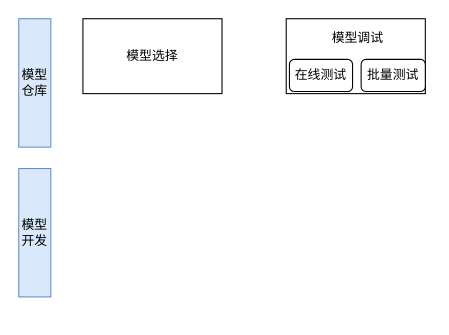
Before: page "模型迭代训练" (1 of 3) of MLops流程架构.drawio in paleblackless/diagrams, a draw.io diagram. Source tidied: cells renumbered, new cells numbered last; positions are measured from the earlier drawing's top-left corner, leaving out a move shared by most shapes. Both pictures are drawn from the tidied source at 107%, with x=0, y=0 at pixel (18, 18).
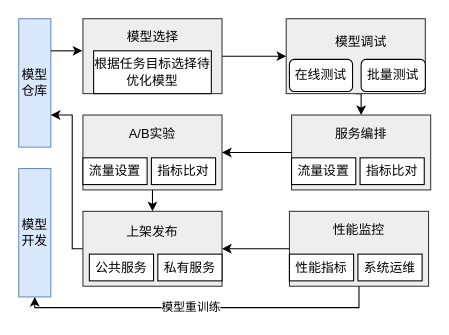
Above is the later version.

Commit message:
更新MLops流程架构.drawio

Unchanged cells that the change refers to:
```xml
<mxCell id="2" value="模型仓库" style="rounded=0;whiteSpace=wrap;html=1;fillColor=#dae8fc;strokeColor=#6c8ebf;" parent="1" vertex="1">
  <mxGeometry width="30" height="120" as="geometry" />
</mxCell>
<mxCell id="3" value="模型开发" style="rounded=0;whiteSpace=wrap;html=1;fillColor=#dae8fc;strokeColor=#6c8ebf;" parent="1" vertex="1">
  <mxGeometry y="140" width="30" height="120" as="geometry" />
</mxCell>
```

Diff of the diagram source:
```diff
@@
+    <mxCell id="9" style="edgeStyle=orthogonalEdgeStyle;rounded=0;jettySize=auto;html=1;exitX=1;exitY=0.5;exitDx=0;exitDy=0;entryX=0;entryY=0.5;entryDx=0;entryDy=0;" parent="1" edge="1" source="4" target="5">
+      <mxGeometry relative="1" as="geometry" />
+    </mxCell>
-    <mxCell id="4" value="模型选择" style="rounded=0;whiteSpace=wrap;html=1;" parent="1" vertex="1">
+    <mxCell id="4" style="rounded=0;whiteSpace=wrap;html=1;fillColor=#eeeeee;strokeColor=#36393d;" parent="1" vertex="1">
       <mxGeometry x="60" width="130" height="70" as="geometry" />
     </mxCell>
+    <mxCell id="10" style="edgeStyle=orthogonalEdgeStyle;rounded=0;jettySize=auto;html=1;exitX=0.5;exitY=1;exitDx=0;exitDy=0;entryX=0.5;entryY=0;entryDx=0;entryDy=0;" parent="1" edge="1" source="5" target="24">
+      <mxGeometry relative="1" as="geometry" />
+    </mxCell>
-    <mxCell id="5" style="rounded=0;whiteSpace=wrap;html=1;" parent="1" vertex="1">
+    <mxCell id="5" style="rounded=0;whiteSpace=wrap;html=1;fillColor=#eeeeee;strokeColor=#36393d;" parent="1" vertex="1">
       <mxGeometry x="250" width="130" height="70" as="geometry" />
     </mxCell>
@@
-    <mxCell id="7" value="模型调试" style="rounded=1;whiteSpace=wrap;html=1;strokeColor=none;" parent="1" vertex="1">
-      <mxGeometry x="287" y="3" width="60" height="30" as="geometry" />
+    <mxCell id="7" value="模型调试" style="rounded=1;whiteSpace=wrap;html=1;strokeColor=none;fillColor=none;" parent="1" vertex="1">
+      <mxGeometry x="290" y="7" width="60" height="30" as="geometry" />
     </mxCell>
@@
+    <mxCell id="11" value="根据任务目标选择待优化模型" style="rounded=0;whiteSpace=wrap;html=1;" parent="1" vertex="1">
+      <mxGeometry x="70" y="30" width="110" height="40" as="geometry" />
+    </mxCell>
+    <mxCell id="12" value="模型选择" style="text;html=1;strokeColor=none;fillColor=none;align=center;verticalAlign=middle;whiteSpace=wrap;rounded=0;" parent="1" vertex="1">
+      <mxGeometry x="97.5" y="7" width="55" height="20" as="geometry" />
+    </mxCell>
+    <mxCell id="13" style="edgeStyle=orthogonalEdgeStyle;rounded=0;jettySize=auto;html=1;exitX=0;exitY=0.5;exitDx=0;exitDy=0;entryX=1;entryY=0.75;entryDx=0;entryDy=0;" parent="1" edge="1" source="14" target="2">
+      <mxGeometry relative="1" as="geometry">
+        <Array as="points">
+          <mxPoint x="50" y="215" />
+          <mxPoint x="50" y="90" />
+        </Array>
+      </mxGeometry>
+    </mxCell>
+    <mxCell id="14" style="rounded=0;whiteSpace=wrap;html=1;fillColor=#eeeeee;strokeColor=#36393d;" parent="1" vertex="1">
+      <mxGeometry x="60" y="180" width="130" height="70" as="geometry" />
+    </mxCell>
+    <mxCell id="15" value="上架发布" style="rounded=0;whiteSpace=wrap;html=1;fillColor=none;strokeColor=none;" parent="1" vertex="1">
+      <mxGeometry x="95" y="187.5" width="60" height="25" as="geometry" />
+    </mxCell>
+    <mxCell id="16" value="私有服务" style="rounded=0;whiteSpace=wrap;html=1;fillColor=default;strokeColor=default;" parent="1" vertex="1">
+      <mxGeometry x="130" y="220" width="60" height="25" as="geometry" />
+    </mxCell>
+    <mxCell id="17" value="公共服务" style="rounded=0;whiteSpace=wrap;html=1;fillColor=default;strokeColor=default;" parent="1" vertex="1">
+      <mxGeometry x="66" y="220" width="60" height="25" as="geometry" />
+    </mxCell>
+    <mxCell id="18" style="group;" parent="1" vertex="1">
+      <mxGeometry x="60" y="90" width="130" height="70" as="geometry" />
+    </mxCell>
+    <mxCell id="19" style="rounded=0;whiteSpace=wrap;html=1;fillColor=#eeeeee;strokeColor=#36393d;" parent="18" vertex="1">
+      <mxGeometry width="130" height="70" as="geometry" />
+    </mxCell>
+    <mxCell id="20" value="指标比对" style="rounded=0;whiteSpace=wrap;html=1;fillColor=default;strokeColor=default;" parent="18" vertex="1">
+      <mxGeometry x="64" y="40" width="60" height="25" as="geometry" />
+    </mxCell>
+    <mxCell id="21" value="流量设置" style="rounded=0;whiteSpace=wrap;html=1;fillColor=default;strokeColor=default;" parent="18" vertex="1">
+      <mxGeometry y="40" width="60" height="25" as="geometry" />
+    </mxCell>
+    <mxCell id="22" value="A/B实验" style="rounded=0;whiteSpace=wrap;html=1;fillColor=none;strokeColor=none;" parent="18" vertex="1">
+      <mxGeometry x="35" y="5" width="60" height="25" as="geometry" />
+    </mxCell>
+    <mxCell id="23" style="group;" parent="1" vertex="1">
+      <mxGeometry x="255" y="90" width="130" height="70" as="geometry" />
+    </mxCell>
+    <mxCell id="24" style="rounded=0;whiteSpace=wrap;html=1;fillColor=#eeeeee;strokeColor=#36393d;" parent="23" vertex="1">
+      <mxGeometry width="130" height="70" as="geometry" />
+    </mxCell>
+    <mxCell id="25" value="指标比对" style="rounded=0;whiteSpace=wrap;html=1;fillColor=default;strokeColor=default;" parent="23" vertex="1">
+      <mxGeometry x="64" y="40" width="60" height="25" as="geometry" />
+    </mxCell>
+    <mxCell id="26" value="流量设置" style="rounded=0;whiteSpace=wrap;html=1;fillColor=default;strokeColor=default;" parent="23" vertex="1">
+      <mxGeometry y="40" width="60" height="25" as="geometry" />
+    </mxCell>
+    <mxCell id="27" value="服务编排" style="rounded=0;whiteSpace=wrap;html=1;fillColor=none;strokeColor=none;" parent="23" vertex="1">
+      <mxGeometry x="35" y="5" width="60" height="25" as="geometry" />
+    </mxCell>
+    <mxCell id="28" style="group;" parent="1" vertex="1">
+      <mxGeometry x="253" y="180" width="130" height="70" as="geometry" />
+    </mxCell>
+    <mxCell id="29" style="rounded=0;whiteSpace=wrap;html=1;fillColor=#eeeeee;strokeColor=#36393d;" parent="28" vertex="1">
+      <mxGeometry width="130" height="70" as="geometry" />
+    </mxCell>
+    <mxCell id="30" value="系统运维" style="rounded=0;whiteSpace=wrap;html=1;fillColor=default;strokeColor=default;" parent="28" vertex="1">
+      <mxGeometry x="64" y="40" width="60" height="25" as="geometry" />
+    </mxCell>
+    <mxCell id="31" value="性能指标" style="rounded=0;whiteSpace=wrap;html=1;fillColor=default;strokeColor=default;" parent="28" vertex="1">
+      <mxGeometry y="40" width="60" height="25" as="geometry" />
+    </mxCell>
+    <mxCell id="32" value="性能监控" style="rounded=0;whiteSpace=wrap;html=1;fillColor=none;strokeColor=none;" parent="28" vertex="1">
+      <mxGeometry x="35" y="5" width="60" height="25" as="geometry" />
+    </mxCell>
+    <mxCell id="33" style="edgeStyle=orthogonalEdgeStyle;rounded=0;jettySize=auto;html=1;exitX=0.5;exitY=1;exitDx=0;exitDy=0;entryX=0.5;entryY=1;entryDx=0;entryDy=0;" parent="1" edge="1" source="29" target="3">
+      <mxGeometry relative="1" as="geometry" />
+    </mxCell>
+    <mxCell id="34" value="模型重训练" style="edgeLabel;html=1;align=center;verticalAlign=middle;" parent="33" vertex="1">
+      <mxGeometry x="-0.12" y="-1" relative="1" as="geometry">
+        <mxPoint x="-31" as="offset" />
+      </mxGeometry>
+    </mxCell>
+    <mxCell id="35" style="edgeStyle=orthogonalEdgeStyle;rounded=0;jettySize=auto;html=1;exitX=0.5;exitY=1;exitDx=0;exitDy=0;entryX=0.5;entryY=0;entryDx=0;entryDy=0;" parent="1" edge="1" source="19" target="14">
+      <mxGeometry relative="1" as="geometry" />
+    </mxCell>
+    <mxCell id="36" style="edgeStyle=orthogonalEdgeStyle;rounded=0;jettySize=auto;html=1;exitX=0;exitY=0.5;exitDx=0;exitDy=0;entryX=1;entryY=0.5;entryDx=0;entryDy=0;" parent="1" edge="1" source="24" target="19">
+      <mxGeometry relative="1" as="geometry" />
+    </mxCell>
+    <mxCell id="37" style="edgeStyle=orthogonalEdgeStyle;rounded=0;jettySize=auto;html=1;entryX=1;entryY=0.5;entryDx=0;entryDy=0;" parent="1" edge="1" source="29" target="14">
+      <mxGeometry relative="1" as="geometry" />
+    </mxCell>
+    <mxCell id="38" style="edgeStyle=orthogonalEdgeStyle;rounded=0;jettySize=auto;html=1;exitX=1;exitY=0.25;exitDx=0;exitDy=0;entryX=-0.004;entryY=0.431;entryDx=0;entryDy=0;entryPerimeter=0;" parent="1" edge="1" source="2" target="4">
+      <mxGeometry relative="1" as="geometry" />
+    </mxCell>
```
